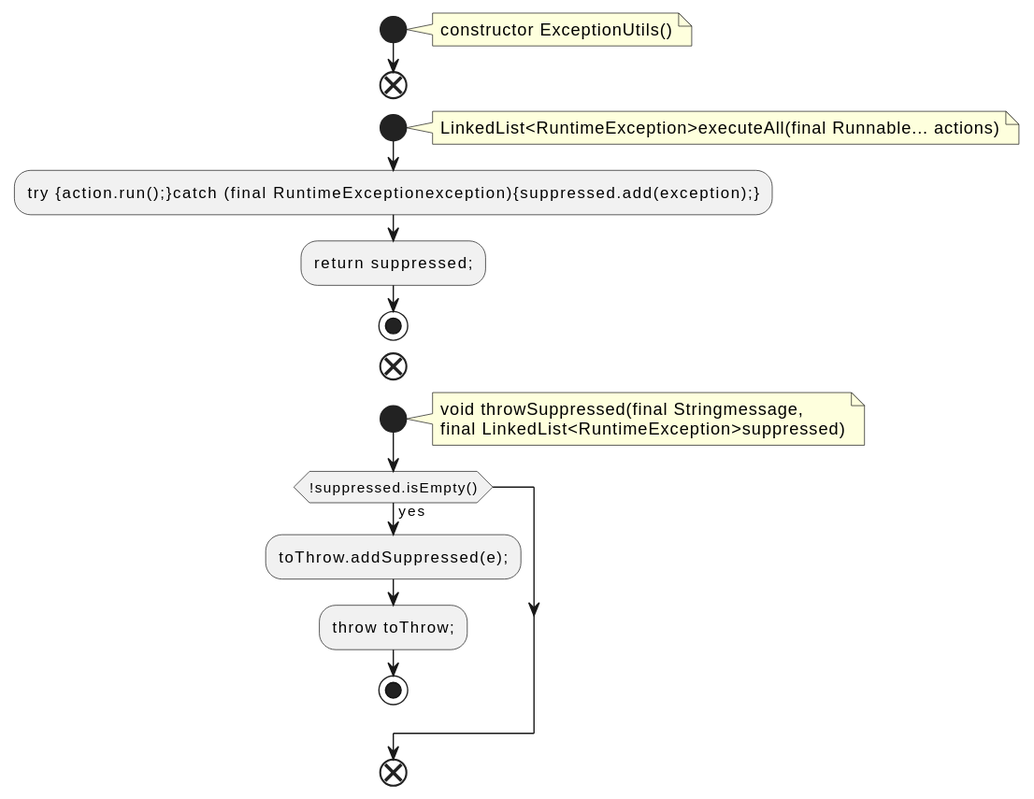
Above: docs/qc/streams/src/main/java/org/apache/kafka/streams/state/internals/ExceptionUtils.java.fct.svg in qualitesys/kafka (PlantUML), before the change.
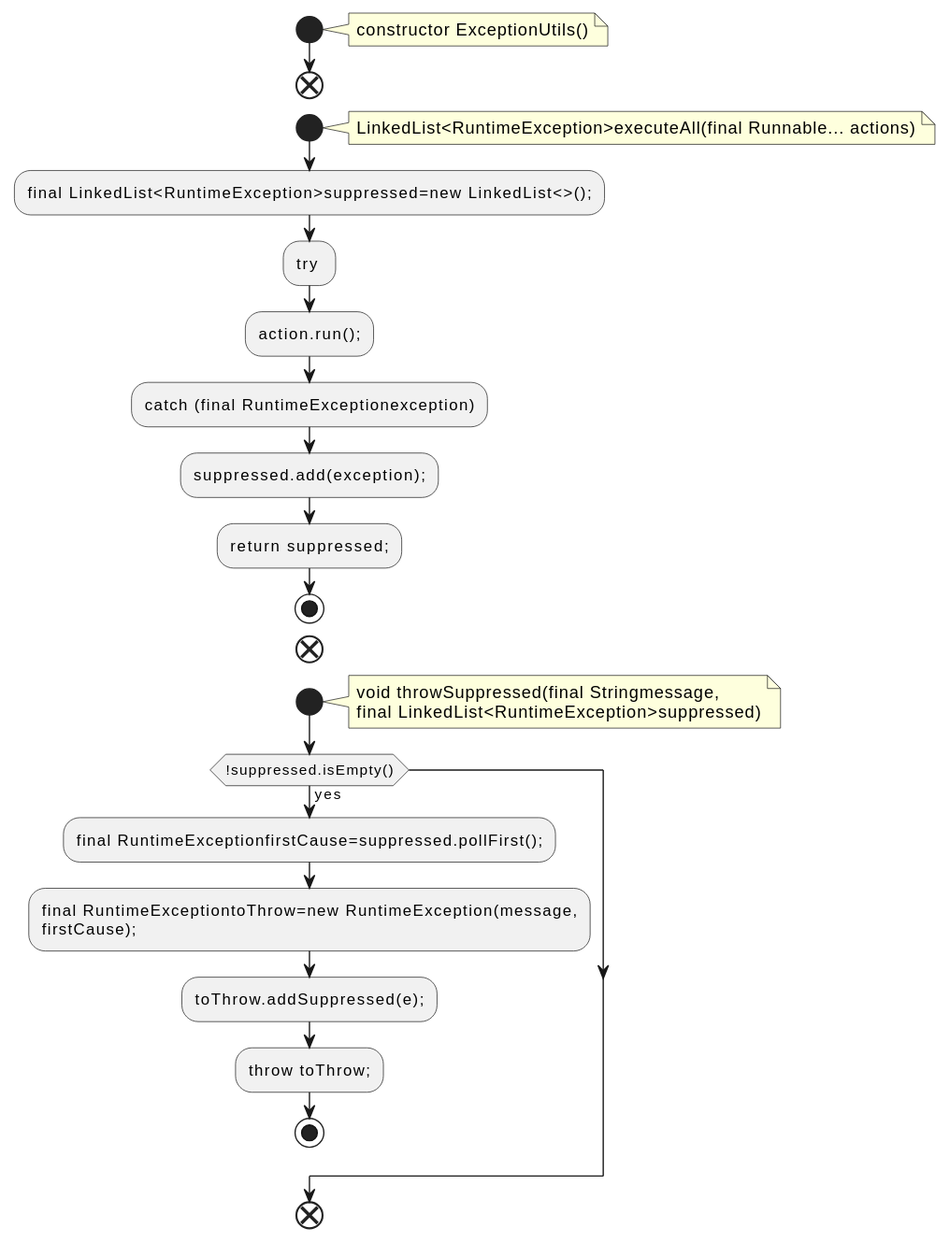
The same diagram one commit later.

The edit, as a diff of the source:
```diff
@@ -9,7 +9,11 @@
 note right
 LinkedList<RuntimeException>executeAll(final Runnable... actions)
 end note
-:try {action.run();}catch (final RuntimeExceptionexception){suppressed.add(exception);};
+:final LinkedList<RuntimeException>suppressed=new LinkedList<>();;
+:try ;
+:action.run();;
+:catch (final RuntimeExceptionexception);
+:suppressed.add(exception);;
 :return suppressed;;
 stop
 end
@@ -19,6 +23,9 @@
 final LinkedList<RuntimeException>suppressed)
 end note
 if (!suppressed.isEmpty()) then (yes)
+:final RuntimeExceptionfirstCause=suppressed.pollFirst();;
+:final RuntimeExceptiontoThrow=new RuntimeException(message,
+firstCause);;
 :toThrow.addSuppressed(e);;
 :throw toThrow;;
 stop
```
